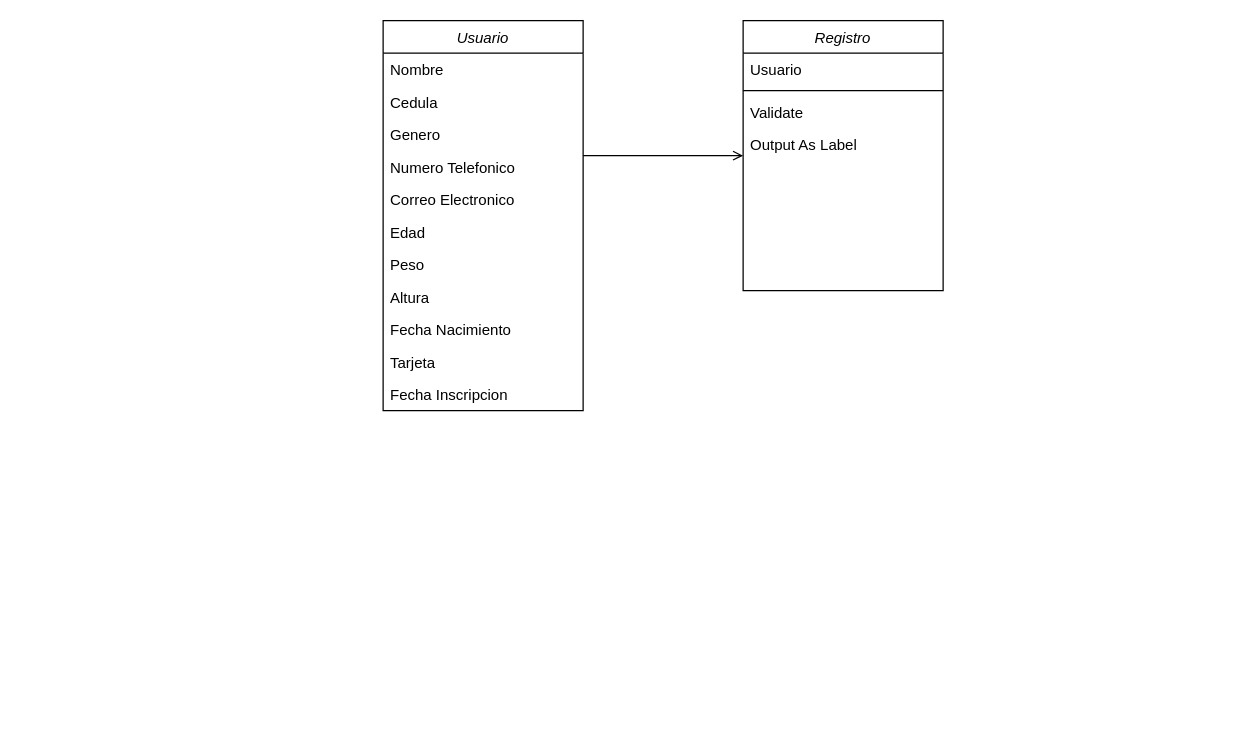
This is DiagramaClases_Proyecto.drawio from Diego-Valladares/sc_302_documentacion, a draw.io file, before an edit. Source tidied: cells renumbered, new cells numbered last; positions are measured from the earlier drawing's top-left corner, leaving out a move shared by most shapes. Both pictures are drawn from the tidied source at 125%, with x=0, y=0 at pixel (382, 20).
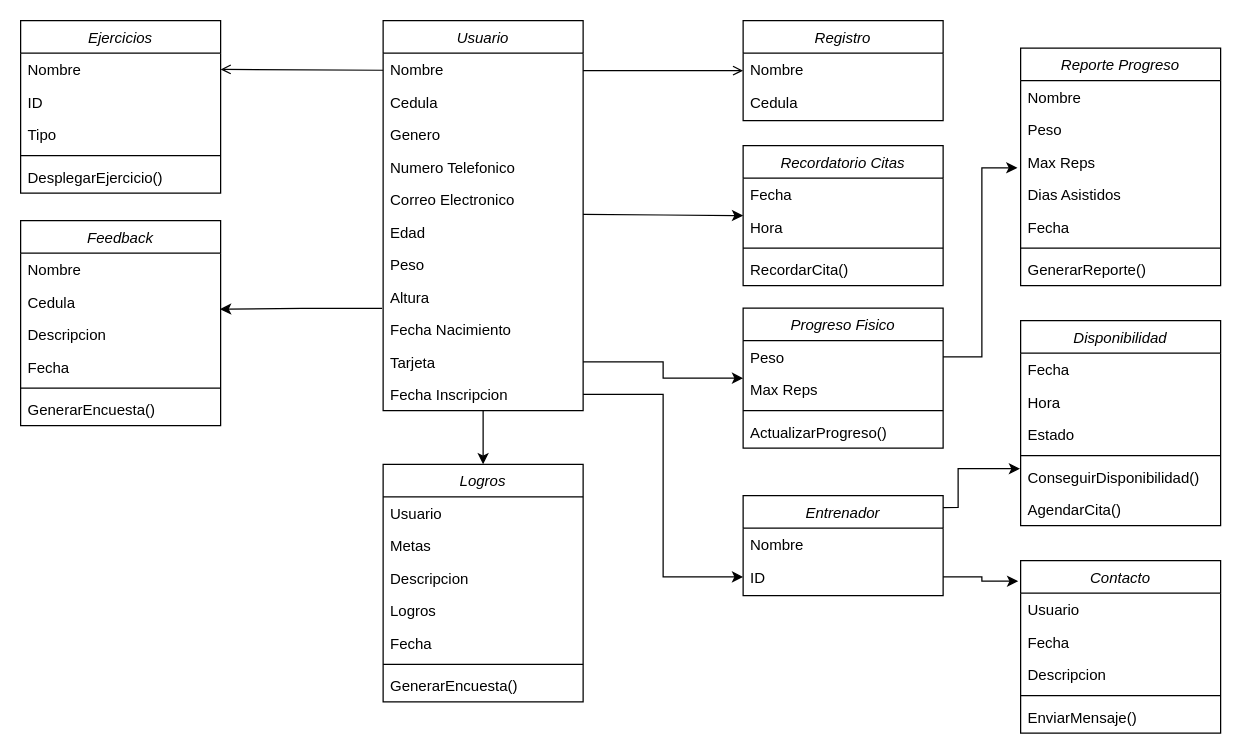
After the change.

Unchanged cells that the change refers to:
```xml
<mxCell id="2" value="Usuario" style="swimlane;fontStyle=2;align=center;verticalAlign=top;horizontal=1;startSize=26;rounded=0;shadow=0;strokeWidth=1;" parent="1" vertex="1">
  <mxGeometry width="160" height="312" as="geometry" />
</mxCell>
<mxCell id="11" value="Fecha Nacimiento" style="text;align=left;verticalAlign=top;spacingLeft=4;spacingRight=4;overflow=hidden;points=[[0,0.5],[1,0.5]];portConstraint=eastwest;rounded=0;shadow=0;html=0;" parent="2" vertex="1">
  <mxGeometry y="234" width="160" height="26" as="geometry" />
</mxCell>
<mxCell id="12" value="Tarjeta" style="text;align=left;verticalAlign=top;spacingLeft=4;spacingRight=4;overflow=hidden;points=[[0,0.5],[1,0.5]];portConstraint=eastwest;rounded=0;shadow=0;html=0;" parent="2" vertex="1">
  <mxGeometry y="260" width="160" height="26" as="geometry" />
</mxCell>
<mxCell id="13" value="Fecha Inscripcion" style="text;align=left;verticalAlign=top;spacingLeft=4;spacingRight=4;overflow=hidden;points=[[0,0.5],[1,0.5]];portConstraint=eastwest;rounded=0;shadow=0;html=0;" parent="2" vertex="1">
  <mxGeometry y="286" width="160" height="26" as="geometry" />
</mxCell>
```

Change to the diagram source:
```diff
@@
+    <mxCell id="21" style="edgeStyle=orthogonalEdgeStyle;rounded=0;jettySize=auto;html=1;" parent="1" edge="1" source="2" target="58">
+      <mxGeometry relative="1" as="geometry" />
+    </mxCell>
@@
     <mxCell id="14" value="Registro" style="swimlane;fontStyle=2;align=center;verticalAlign=top;horizontal=1;startSize=26;rounded=0;shadow=0;strokeWidth=1;" parent="1" vertex="1">
-      <mxGeometry x="288" width="160" height="216" as="geometry" />
+      <mxGeometry x="288" width="160" height="80" as="geometry" />
     </mxCell>
-    <mxCell id="15" value="Usuario" style="text;align=left;verticalAlign=top;spacingLeft=4;spacingRight=4;overflow=hidden;" parent="14" vertex="1">
+    <mxCell id="15" value="Nombre" style="text;align=left;verticalAlign=top;spacingLeft=4;spacingRight=4;overflow=hidden;" parent="14" vertex="1">
       <mxGeometry y="26" width="160" height="26" as="geometry" />
     </mxCell>
-    <mxCell id="16" style="line;html=1;strokeWidth=1;align=left;verticalAlign=middle;spacingTop=-1;spacingLeft=3;spacingRight=3;labelPosition=right;" parent="14" vertex="1">
-      <mxGeometry y="52" width="160" height="8" as="geometry" />
-    </mxCell>
-    <mxCell id="17" value="Validate" style="text;align=left;verticalAlign=top;spacingLeft=4;spacingRight=4;overflow=hidden;" parent="14" vertex="1">
-      <mxGeometry y="60" width="160" height="26" as="geometry" />
-    </mxCell>
-    <mxCell id="18" value="Output As Label" style="text;align=left;verticalAlign=top;spacingLeft=4;spacingRight=4;overflow=hidden;" parent="14" vertex="1">
-      <mxGeometry y="86" width="160" height="26" as="geometry" />
-    </mxCell>
+    <mxCell id="22" value="Cedula" style="text;align=left;verticalAlign=top;spacingLeft=4;spacingRight=4;overflow=hidden;" parent="14" vertex="1">
+      <mxGeometry y="52" width="160" height="26" as="geometry" />
+    </mxCell>
@@
+    <mxCell id="23" value="Recordatorio Citas" style="swimlane;fontStyle=2;align=center;verticalAlign=top;horizontal=1;startSize=26;rounded=0;shadow=0;strokeWidth=1;" parent="1" vertex="1">
+      <mxGeometry x="288" y="100" width="160" height="112" as="geometry" />
+    </mxCell>
+    <mxCell id="24" value="Fecha" style="text;align=left;verticalAlign=top;spacingLeft=4;spacingRight=4;overflow=hidden;" parent="23" vertex="1">
+      <mxGeometry y="26" width="160" height="26" as="geometry" />
+    </mxCell>
+    <mxCell id="25" value="Hora" style="text;align=left;verticalAlign=top;spacingLeft=4;spacingRight=4;overflow=hidden;" parent="23" vertex="1">
+      <mxGeometry y="52" width="160" height="26" as="geometry" />
+    </mxCell>
+    <mxCell id="16" style="line;html=1;strokeWidth=1;align=left;verticalAlign=middle;spacingTop=-1;spacingLeft=3;spacingRight=3;labelPosition=right;" parent="23" vertex="1">
+      <mxGeometry y="78" width="160" height="8" as="geometry" />
+    </mxCell>
+    <mxCell id="26" value="RecordarCita()" style="text;align=left;verticalAlign=top;spacingLeft=4;spacingRight=4;overflow=hidden;" parent="23" vertex="1">
+      <mxGeometry y="86" width="160" height="26" as="geometry" />
+    </mxCell>
+    <mxCell id="27" style="edgeStyle=orthogonalEdgeStyle;rounded=0;jettySize=auto;html=1;" parent="1" edge="1" target="23">
+      <mxGeometry relative="1" as="geometry">
+        <mxPoint x="160" y="155" as="sourcePoint" />
+      </mxGeometry>
+    </mxCell>
+    <mxCell id="28" value="Progreso Fisico" style="swimlane;fontStyle=2;align=center;verticalAlign=top;horizontal=1;startSize=26;rounded=0;shadow=0;strokeWidth=1;" parent="1" vertex="1">
+      <mxGeometry x="288" y="230" width="160" height="112" as="geometry" />
+    </mxCell>
+    <mxCell id="29" value="Peso" style="text;align=left;verticalAlign=top;spacingLeft=4;spacingRight=4;overflow=hidden;points=[[0,0.5],[1,0.5]];portConstraint=eastwest;" parent="28" vertex="1">
+      <mxGeometry y="26" width="160" height="26" as="geometry" />
+    </mxCell>
+    <mxCell id="30" value="Max Reps" style="text;align=left;verticalAlign=top;spacingLeft=4;spacingRight=4;overflow=hidden;" parent="28" vertex="1">
+      <mxGeometry y="52" width="160" height="26" as="geometry" />
+    </mxCell>
+    <mxCell id="31" style="line;html=1;strokeWidth=1;align=left;verticalAlign=middle;spacingTop=-1;spacingLeft=3;spacingRight=3;labelPosition=right;" parent="28" vertex="1">
+      <mxGeometry y="78" width="160" height="8" as="geometry" />
+    </mxCell>
+    <mxCell id="32" value="ActualizarProgreso()" style="text;align=left;verticalAlign=top;spacingLeft=4;spacingRight=4;overflow=hidden;" parent="28" vertex="1">
+      <mxGeometry y="86" width="160" height="26" as="geometry" />
+    </mxCell>
+    <mxCell id="33" style="edgeStyle=orthogonalEdgeStyle;rounded=0;jettySize=auto;html=1;" parent="1" edge="1" source="12" target="28">
+      <mxGeometry relative="1" as="geometry" />
+    </mxCell>
+    <mxCell id="34" value="Ejercicios" style="swimlane;fontStyle=2;align=center;verticalAlign=top;horizontal=1;startSize=26;rounded=0;shadow=0;strokeWidth=1;" parent="1" vertex="1">
+      <mxGeometry x="-290" width="160" height="138" as="geometry" />
+    </mxCell>
+    <mxCell id="35" value="Nombre" style="text;align=left;verticalAlign=top;spacingLeft=4;spacingRight=4;overflow=hidden;points=[[0,0.5],[1,0.5]];portConstraint=eastwest;" parent="34" vertex="1">
+      <mxGeometry y="26" width="160" height="26" as="geometry" />
+    </mxCell>
+    <mxCell id="36" value="ID" style="text;align=left;verticalAlign=top;spacingLeft=4;spacingRight=4;overflow=hidden;" parent="34" vertex="1">
+      <mxGeometry y="52" width="160" height="26" as="geometry" />
+    </mxCell>
+    <mxCell id="37" value="Tipo" style="text;align=left;verticalAlign=top;spacingLeft=4;spacingRight=4;overflow=hidden;" parent="34" vertex="1">
+      <mxGeometry y="78" width="160" height="26" as="geometry" />
+    </mxCell>
+    <mxCell id="38" style="line;html=1;strokeWidth=1;align=left;verticalAlign=middle;spacingTop=-1;spacingLeft=3;spacingRight=3;labelPosition=right;" parent="34" vertex="1">
+      <mxGeometry y="104" width="160" height="8" as="geometry" />
+    </mxCell>
+    <mxCell id="39" value="DesplegarEjercicio()" style="text;align=left;verticalAlign=top;spacingLeft=4;spacingRight=4;overflow=hidden;" parent="34" vertex="1">
+      <mxGeometry y="112" width="160" height="26" as="geometry" />
+    </mxCell>
+    <mxCell id="40" style="endArrow=open;shadow=0;strokeWidth=1;rounded=0;endFill=1;edgeStyle=elbowEdgeStyle;elbow=vertical;entryX=1;entryY=0.5;entryDx=0;entryDy=0;" parent="1" edge="1" target="35">
+      <mxGeometry x="0.5" y="41" relative="1" as="geometry">
+        <mxPoint y="39.7" as="sourcePoint" />
+        <mxPoint x="-40" y="32" as="offset" />
+      </mxGeometry>
+    </mxCell>
+    <mxCell id="41" style="align=left;verticalAlign=bottom;labelBackgroundColor=none;fontSize=12;" parent="40" vertex="1">
+      <mxGeometry x="-1" relative="1" as="geometry">
+        <mxPoint y="4" as="offset" />
+      </mxGeometry>
+    </mxCell>
+    <mxCell id="42" value="Reporte Progreso" style="swimlane;fontStyle=2;align=center;verticalAlign=top;horizontal=1;startSize=26;rounded=0;shadow=0;strokeWidth=1;" parent="1" vertex="1">
+      <mxGeometry x="510" y="22" width="160" height="190" as="geometry" />
+    </mxCell>
+    <mxCell id="43" value="Nombre" style="text;align=left;verticalAlign=top;spacingLeft=4;spacingRight=4;overflow=hidden;" parent="42" vertex="1">
+      <mxGeometry y="26" width="160" height="26" as="geometry" />
+    </mxCell>
+    <mxCell id="44" value="Peso" style="text;align=left;verticalAlign=top;spacingLeft=4;spacingRight=4;overflow=hidden;" parent="42" vertex="1">
+      <mxGeometry y="52" width="160" height="26" as="geometry" />
+    </mxCell>
+    <mxCell id="45" value="Max Reps" style="text;align=left;verticalAlign=top;spacingLeft=4;spacingRight=4;overflow=hidden;points=[[0,0.5],[1,0.5]];portConstraint=eastwest;" parent="42" vertex="1">
+      <mxGeometry y="78" width="160" height="26" as="geometry" />
+    </mxCell>
+    <mxCell id="46" value="Dias Asistidos" style="text;align=left;verticalAlign=top;spacingLeft=4;spacingRight=4;overflow=hidden;" parent="42" vertex="1">
+      <mxGeometry y="104" width="160" height="26" as="geometry" />
+    </mxCell>
+    <mxCell id="47" value="Fecha" style="text;align=left;verticalAlign=top;spacingLeft=4;spacingRight=4;overflow=hidden;" parent="42" vertex="1">
+      <mxGeometry y="130" width="160" height="26" as="geometry" />
+    </mxCell>
+    <mxCell id="48" style="line;html=1;strokeWidth=1;align=left;verticalAlign=middle;spacingTop=-1;spacingLeft=3;spacingRight=3;labelPosition=right;" parent="42" vertex="1">
+      <mxGeometry y="156" width="160" height="8" as="geometry" />
+    </mxCell>
+    <mxCell id="49" value="GenerarReporte()" style="text;align=left;verticalAlign=top;spacingLeft=4;spacingRight=4;overflow=hidden;" parent="42" vertex="1">
+      <mxGeometry y="164" width="160" height="26" as="geometry" />
+    </mxCell>
+    <mxCell id="50" value="Feedback" style="swimlane;fontStyle=2;align=center;verticalAlign=top;horizontal=1;startSize=26;rounded=0;shadow=0;strokeWidth=1;" parent="1" vertex="1">
+      <mxGeometry x="-290" y="160" width="160" height="164" as="geometry" />
+    </mxCell>
+    <mxCell id="51" value="Nombre" style="text;align=left;verticalAlign=top;spacingLeft=4;spacingRight=4;overflow=hidden;" parent="50" vertex="1">
+      <mxGeometry y="26" width="160" height="26" as="geometry" />
+    </mxCell>
+    <mxCell id="52" value="Cedula" style="text;align=left;verticalAlign=top;spacingLeft=4;spacingRight=4;overflow=hidden;points=[[0,0.5],[1,0.5]];portConstraint=eastwest;" parent="50" vertex="1">
+      <mxGeometry y="52" width="160" height="26" as="geometry" />
+    </mxCell>
+    <mxCell id="53" value="Descripcion" style="text;align=left;verticalAlign=top;spacingLeft=4;spacingRight=4;overflow=hidden;" parent="50" vertex="1">
+      <mxGeometry y="78" width="160" height="26" as="geometry" />
+    </mxCell>
+    <mxCell id="54" value="Fecha" style="text;align=left;verticalAlign=top;spacingLeft=4;spacingRight=4;overflow=hidden;" parent="50" vertex="1">
+      <mxGeometry y="104" width="160" height="26" as="geometry" />
+    </mxCell>
+    <mxCell id="55" style="line;html=1;strokeWidth=1;align=left;verticalAlign=middle;spacingTop=-1;spacingLeft=3;spacingRight=3;labelPosition=right;" parent="50" vertex="1">
+      <mxGeometry y="130" width="160" height="8" as="geometry" />
+    </mxCell>
+    <mxCell id="56" value="GenerarEncuesta()" style="text;align=left;verticalAlign=top;spacingLeft=4;spacingRight=4;overflow=hidden;" parent="50" vertex="1">
+      <mxGeometry y="138" width="160" height="26" as="geometry" />
+    </mxCell>
+    <mxCell id="57" style="edgeStyle=orthogonalEdgeStyle;rounded=0;jettySize=auto;html=1;entryX=0.997;entryY=0.725;entryDx=0;entryDy=0;entryPerimeter=0;exitX=-0.005;exitY=-0.147;exitDx=0;exitDy=0;exitPerimeter=0;" parent="1" edge="1" source="11" target="52">
+      <mxGeometry relative="1" as="geometry" />
+    </mxCell>
+    <mxCell id="58" value="Logros" style="swimlane;fontStyle=2;align=center;verticalAlign=top;horizontal=1;startSize=26;rounded=0;shadow=0;strokeWidth=1;" parent="1" vertex="1">
+      <mxGeometry y="355" width="160" height="190" as="geometry" />
+    </mxCell>
+    <mxCell id="59" value="Usuario" style="text;align=left;verticalAlign=top;spacingLeft=4;spacingRight=4;overflow=hidden;" parent="58" vertex="1">
+      <mxGeometry y="26" width="160" height="26" as="geometry" />
+    </mxCell>
+    <mxCell id="60" value="Metas" style="text;align=left;verticalAlign=top;spacingLeft=4;spacingRight=4;overflow=hidden;" parent="58" vertex="1">
+      <mxGeometry y="52" width="160" height="26" as="geometry" />
+    </mxCell>
+    <mxCell id="61" value="Descripcion" style="text;align=left;verticalAlign=top;spacingLeft=4;spacingRight=4;overflow=hidden;" parent="58" vertex="1">
+      <mxGeometry y="78" width="160" height="26" as="geometry" />
+    </mxCell>
+    <mxCell id="62" value="Logros" style="text;align=left;verticalAlign=top;spacingLeft=4;spacingRight=4;overflow=hidden;" parent="58" vertex="1">
+      <mxGeometry y="104" width="160" height="26" as="geometry" />
+    </mxCell>
+    <mxCell id="63" value="Fecha" style="text;align=left;verticalAlign=top;spacingLeft=4;spacingRight=4;overflow=hidden;" parent="58" vertex="1">
+      <mxGeometry y="130" width="160" height="26" as="geometry" />
+    </mxCell>
+    <mxCell id="64" style="line;html=1;strokeWidth=1;align=left;verticalAlign=middle;spacingTop=-1;spacingLeft=3;spacingRight=3;labelPosition=right;" parent="58" vertex="1">
+      <mxGeometry y="156" width="160" height="8" as="geometry" />
+    </mxCell>
+    <mxCell id="65" value="GenerarEncuesta()" style="text;align=left;verticalAlign=top;spacingLeft=4;spacingRight=4;overflow=hidden;" parent="58" vertex="1">
+      <mxGeometry y="164" width="160" height="26" as="geometry" />
+    </mxCell>
+    <mxCell id="66" style="edgeStyle=orthogonalEdgeStyle;rounded=0;jettySize=auto;html=1;exitX=0.992;exitY=0.119;exitDx=0;exitDy=0;exitPerimeter=0;entryX=-0.003;entryY=0.248;entryDx=0;entryDy=0;entryPerimeter=0;" parent="1" edge="1" source="67" target="76">
+      <mxGeometry relative="1" as="geometry">
+        <Array as="points">
+          <mxPoint x="460" y="389" />
+          <mxPoint x="460" y="358" />
+        </Array>
+      </mxGeometry>
+    </mxCell>
+    <mxCell id="67" value="Entrenador" style="swimlane;fontStyle=2;align=center;verticalAlign=top;horizontal=1;startSize=26;rounded=0;shadow=0;strokeWidth=1;" parent="1" vertex="1">
+      <mxGeometry x="288" y="380" width="160" height="80" as="geometry" />
+    </mxCell>
+    <mxCell id="68" value="Nombre" style="text;align=left;verticalAlign=top;spacingLeft=4;spacingRight=4;overflow=hidden;" parent="67" vertex="1">
+      <mxGeometry y="26" width="160" height="26" as="geometry" />
+    </mxCell>
+    <mxCell id="69" value="ID" style="text;align=left;verticalAlign=top;spacingLeft=4;spacingRight=4;overflow=hidden;points=[[0,0.5],[1,0.5]];portConstraint=eastwest;" parent="67" vertex="1">
+      <mxGeometry y="52" width="160" height="26" as="geometry" />
+    </mxCell>
+    <mxCell id="70" style="edgeStyle=orthogonalEdgeStyle;rounded=0;jettySize=auto;html=1;" parent="1" edge="1" source="13" target="69">
+      <mxGeometry relative="1" as="geometry" />
+    </mxCell>
+    <mxCell id="71" value="Disponibilidad" style="swimlane;fontStyle=2;align=center;verticalAlign=top;horizontal=1;startSize=26;rounded=0;shadow=0;strokeWidth=1;" parent="1" vertex="1">
+      <mxGeometry x="510" y="240" width="160" height="164" as="geometry" />
+    </mxCell>
+    <mxCell id="72" value="Fecha" style="text;align=left;verticalAlign=top;spacingLeft=4;spacingRight=4;overflow=hidden;" parent="71" vertex="1">
+      <mxGeometry y="26" width="160" height="26" as="geometry" />
+    </mxCell>
+    <mxCell id="73" value="Hora" style="text;align=left;verticalAlign=top;spacingLeft=4;spacingRight=4;overflow=hidden;" parent="71" vertex="1">
+      <mxGeometry y="52" width="160" height="26" as="geometry" />
+    </mxCell>
+    <mxCell id="74" value="Estado" style="text;align=left;verticalAlign=top;spacingLeft=4;spacingRight=4;overflow=hidden;" parent="71" vertex="1">
+      <mxGeometry y="78" width="160" height="26" as="geometry" />
+    </mxCell>
+    <mxCell id="75" style="line;html=1;strokeWidth=1;align=left;verticalAlign=middle;spacingTop=-1;spacingLeft=3;spacingRight=3;labelPosition=right;" parent="71" vertex="1">
+      <mxGeometry y="104" width="160" height="8" as="geometry" />
+    </mxCell>
+    <mxCell id="76" value="ConseguirDisponibilidad()" style="text;align=left;verticalAlign=top;spacingLeft=4;spacingRight=4;overflow=hidden;points=[[0,0.5],[1,0.5]];portConstraint=eastwest;" parent="71" vertex="1">
+      <mxGeometry y="112" width="160" height="26" as="geometry" />
+    </mxCell>
+    <mxCell id="77" value="AgendarCita()" style="text;align=left;verticalAlign=top;spacingLeft=4;spacingRight=4;overflow=hidden;" parent="71" vertex="1">
+      <mxGeometry y="138" width="160" height="26" as="geometry" />
+    </mxCell>
+    <mxCell id="78" value="Contacto" style="swimlane;fontStyle=2;align=center;verticalAlign=top;horizontal=1;startSize=26;rounded=0;shadow=0;strokeWidth=1;" parent="1" vertex="1">
+      <mxGeometry x="510" y="432" width="160" height="138" as="geometry" />
+    </mxCell>
+    <mxCell id="79" value="Usuario" style="text;align=left;verticalAlign=top;spacingLeft=4;spacingRight=4;overflow=hidden;" parent="78" vertex="1">
+      <mxGeometry y="26" width="160" height="26" as="geometry" />
+    </mxCell>
+    <mxCell id="80" value="Fecha" style="text;align=left;verticalAlign=top;spacingLeft=4;spacingRight=4;overflow=hidden;" parent="78" vertex="1">
+      <mxGeometry y="52" width="160" height="26" as="geometry" />
+    </mxCell>
+    <mxCell id="81" value="Descripcion" style="text;align=left;verticalAlign=top;spacingLeft=4;spacingRight=4;overflow=hidden;" parent="78" vertex="1">
+      <mxGeometry y="78" width="160" height="26" as="geometry" />
+    </mxCell>
+    <mxCell id="82" style="line;html=1;strokeWidth=1;align=left;verticalAlign=middle;spacingTop=-1;spacingLeft=3;spacingRight=3;labelPosition=right;" parent="78" vertex="1">
+      <mxGeometry y="104" width="160" height="8" as="geometry" />
+    </mxCell>
+    <mxCell id="83" value="EnviarMensaje()" style="text;align=left;verticalAlign=top;spacingLeft=4;spacingRight=4;overflow=hidden;" parent="78" vertex="1">
+      <mxGeometry y="112" width="160" height="26" as="geometry" />
+    </mxCell>
+    <mxCell id="84" style="edgeStyle=orthogonalEdgeStyle;rounded=0;jettySize=auto;html=1;entryX=-0.012;entryY=0.119;entryDx=0;entryDy=0;entryPerimeter=0;" parent="1" edge="1" source="69" target="78">
+      <mxGeometry relative="1" as="geometry" />
+    </mxCell>
+    <mxCell id="85" style="edgeStyle=orthogonalEdgeStyle;rounded=0;jettySize=auto;html=1;entryX=-0.016;entryY=0.683;entryDx=0;entryDy=0;entryPerimeter=0;" parent="1" edge="1" source="29" target="45">
+      <mxGeometry relative="1" as="geometry" />
+    </mxCell>
```
